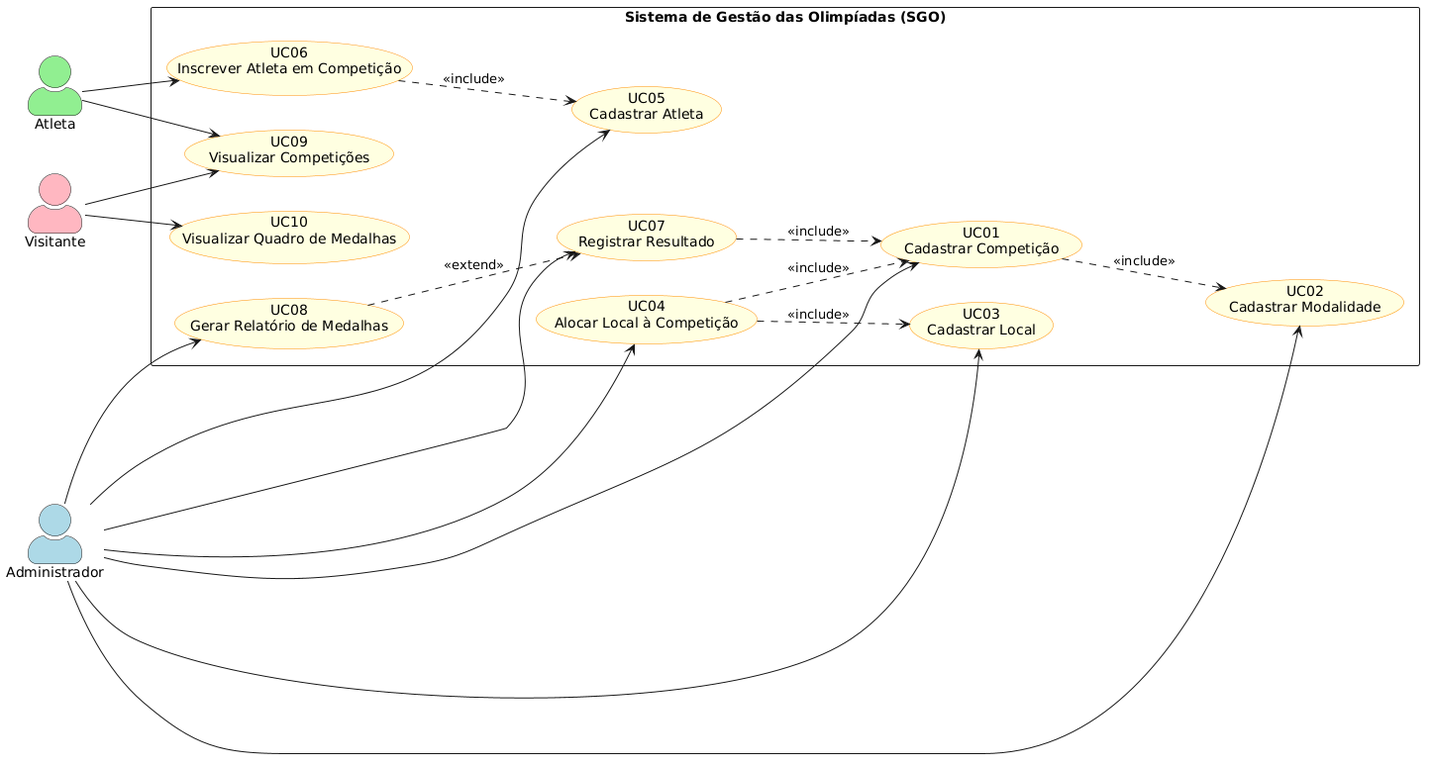
The PlantUML diagram imagens/diagrama-de-caso-de-uso.png in mateusferrao/Trabalho---SGO---10-pts, before a commit.
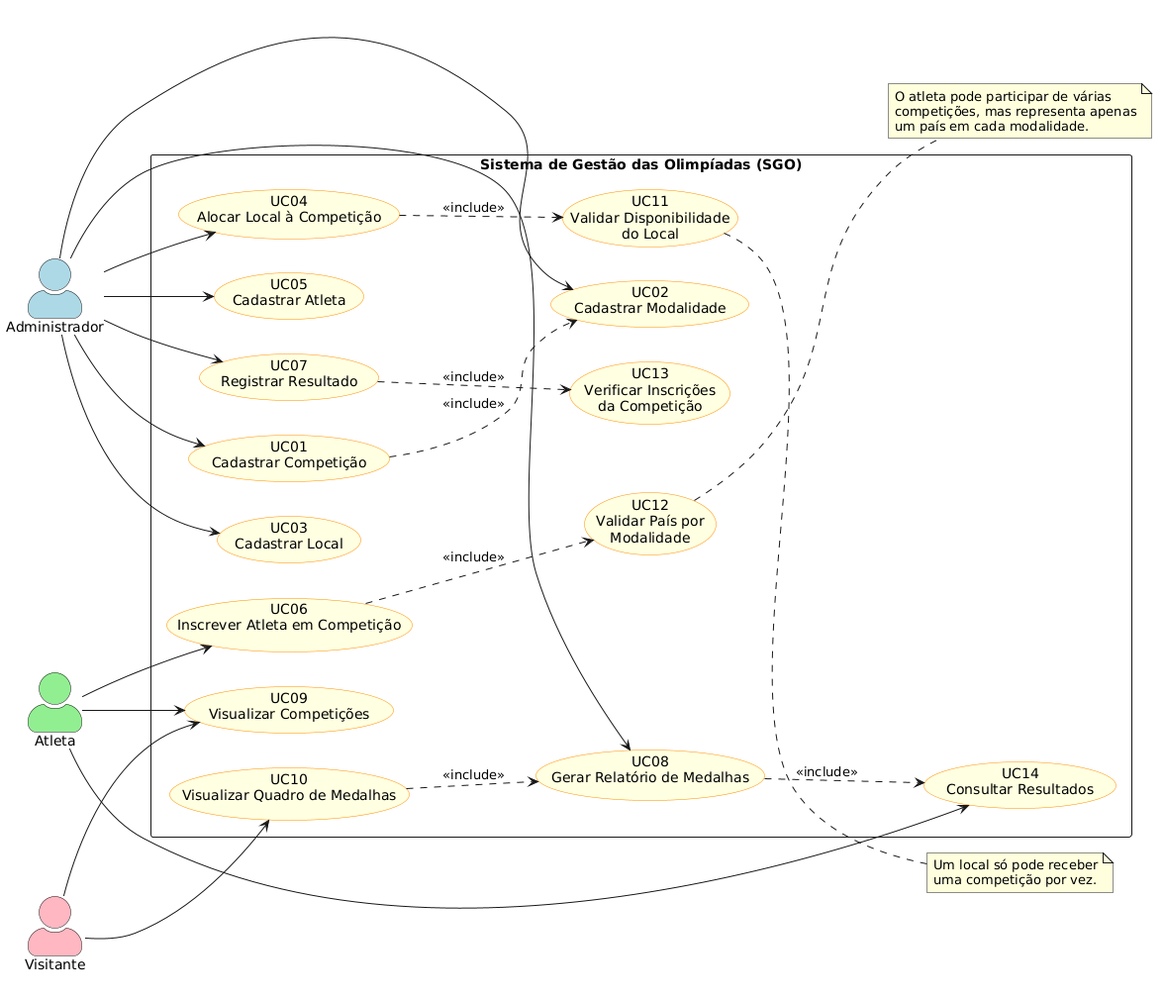
The same diagram one commit later.

What changed in the source:
```diff
@@ -22,6 +22,10 @@
   usecase "UC08\nGerar Relatório de Medalhas" as UC08
   usecase "UC09\nVisualizar Competições" as UC09
   usecase "UC10\nVisualizar Quadro de Medalhas" as UC10
+  usecase "UC11\nValidar Disponibilidade\ndo Local" as UC11
+  usecase "UC12\nValidar País por\nModalidade" as UC12
+  usecase "UC13\nVerificar Inscrições\nda Competição" as UC13
+  usecase "UC14\nConsultar Resultados" as UC14
 }
 
 Admin --> UC01
@@ -34,14 +38,26 @@
 
 Atleta --> UC06
 Atleta --> UC09
+Atleta --> UC14
 
 Visitante --> UC09
 Visitante --> UC10
 
 UC01 ..> UC02 : <<include>>
-UC04 ..> UC01 : <<include>>
-UC04 ..> UC03 : <<include>>
-UC06 ..> UC05 : <<include>>
-UC07 ..> UC01 : <<include>>
-UC08 ..> UC07 : <<extend>>
+UC04 ..> UC11 : <<include>>
+UC06 ..> UC12 : <<include>>
+UC07 ..> UC13 : <<include>>
+UC08 ..> UC14 : <<include>>
+UC10 ..> UC08 : <<include>>
+
+note right of UC11
+  Um local só pode receber
+  uma competição por vez.
+end note
+
+note right of UC12
+  O atleta pode participar de várias
+  competições, mas representa apenas
+  um país em cada modalidade.
+end note
 @enduml
```
